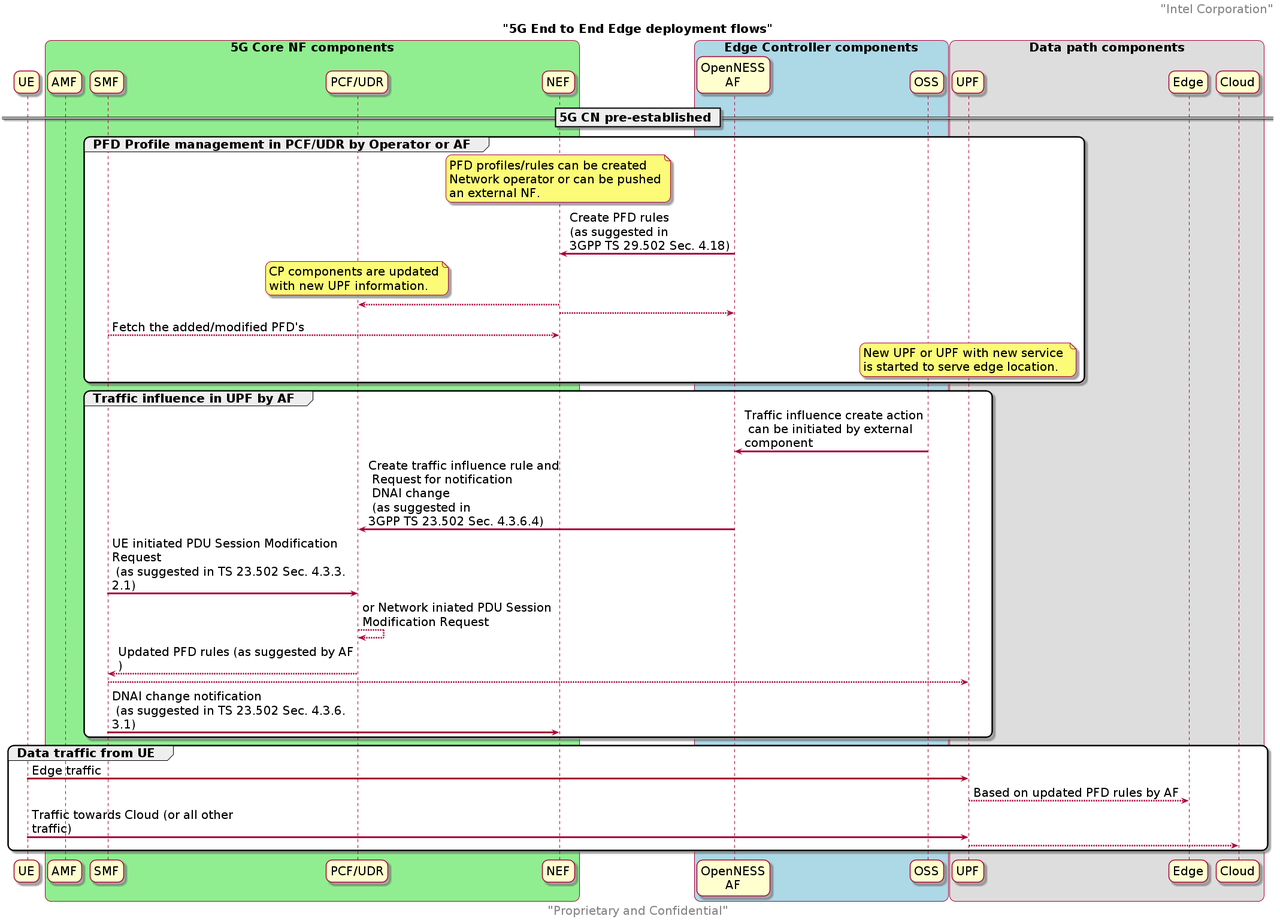
Earlier version of the PlantUML export doc/core-network/ngc-images/e2e_pfd_pa.png (smart-edge-open/ido-specs). The source it was exported from:
```plantuml
@startuml
skinparam monochrome false
skinparam roundcorner 20
skinparam defaultFontName "Intel Clear"
skinparam defaultFontSize 20
skinparam maxmessagesize 400
skinparam sequenceArrowThickness 3

header "Intel Corporation"
footer "Proprietary and Confidential"
title "5G End to End Edge deployment flows"

participant "UE" as ue

box "5G Core NF components" #LightGreen
participant "AMF" as amf
participant "SMF" as smf
participant "PCF/UDR" as pcf
participant "NEF" as nef
end box

box "Edge Controller components" #LightBlue
participant "OpenNESS\nAF" as af
participant "OSS" as oss
end box

box "Data path components"
participant "UPF" as upf
participant "Edge" as edge
participant "Cloud" as cloud
end box

== 5G CN pre-established ==

group PFD Profile management in PCF/UDR by Operator or AF
    note over nef
        PFD profiles/rules can be created
        Network operator or can be pushed
        an external NF.
    end note
af -> nef : Create PFD rules \n(as suggested in \n3GPP TS 29.502 Sec. 4.18)

note over pcf
    CP components are updated
    with new UPF information.
end note

nef --> pcf :
nef --> af  :
smf --> nef : Fetch the added/modified PFD's

note over upf
    New UPF or UPF with new service
    is started to serve edge location.
end note
end

group Traffic influence in UPF by AF
oss -> af :  Traffic influence create action\n can be initiated by external component
af -> pcf : Create traffic influence rule and \n Request for notification \n DNAI change \n (as suggested in \n3GPP TS 23.502 Sec. 4.3.6.4)

smf -> pcf :  UE initiated PDU Session Modification Request \n (as suggested in TS 23.502 Sec. 4.3.3.2.1)
pcf --> pcf : or Network iniated PDU Session Modification Request
pcf --> smf : Updated PFD rules (as suggested by AF)
smf --> upf
smf -> nef : DNAI change notification \n (as suggested in TS 23.502 Sec. 4.3.6.3.1)
end

group Data traffic from UE
ue -> upf : Edge traffic
upf --> edge : Based on updated PFD rules by AF

ue -> upf : Traffic towards Cloud (or all other traffic)
upf --> cloud :
end

@enduml
```
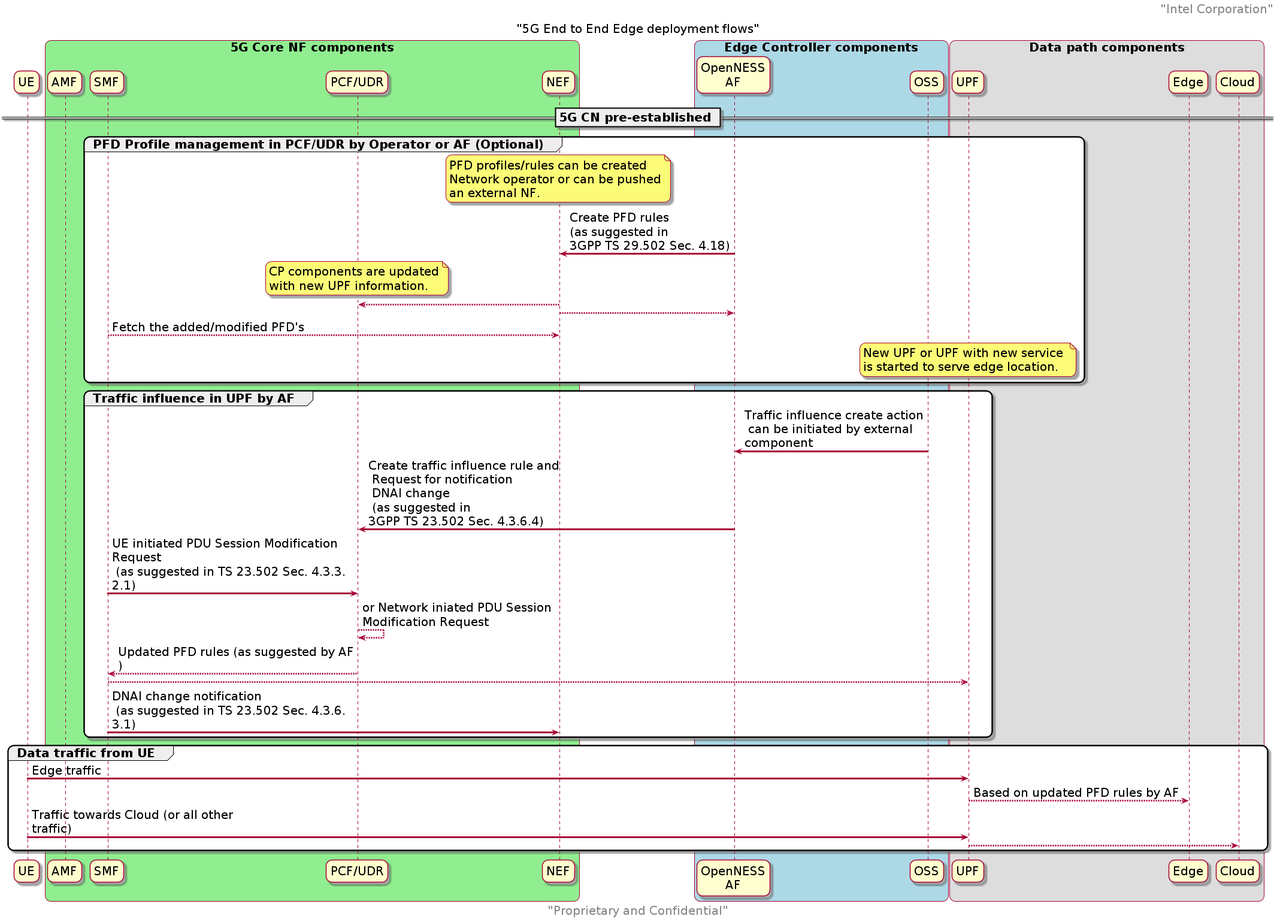
Later version of the same file.

The edit, as a diff of the source:
```diff
@@ -32,7 +32,7 @@
 
 == 5G CN pre-established ==
 
-group PFD Profile management in PCF/UDR by Operator or AF
+group PFD Profile management in PCF/UDR by Operator or AF (Optional)
     note over nef
         PFD profiles/rules can be created
         Network operator or can be pushed
```
